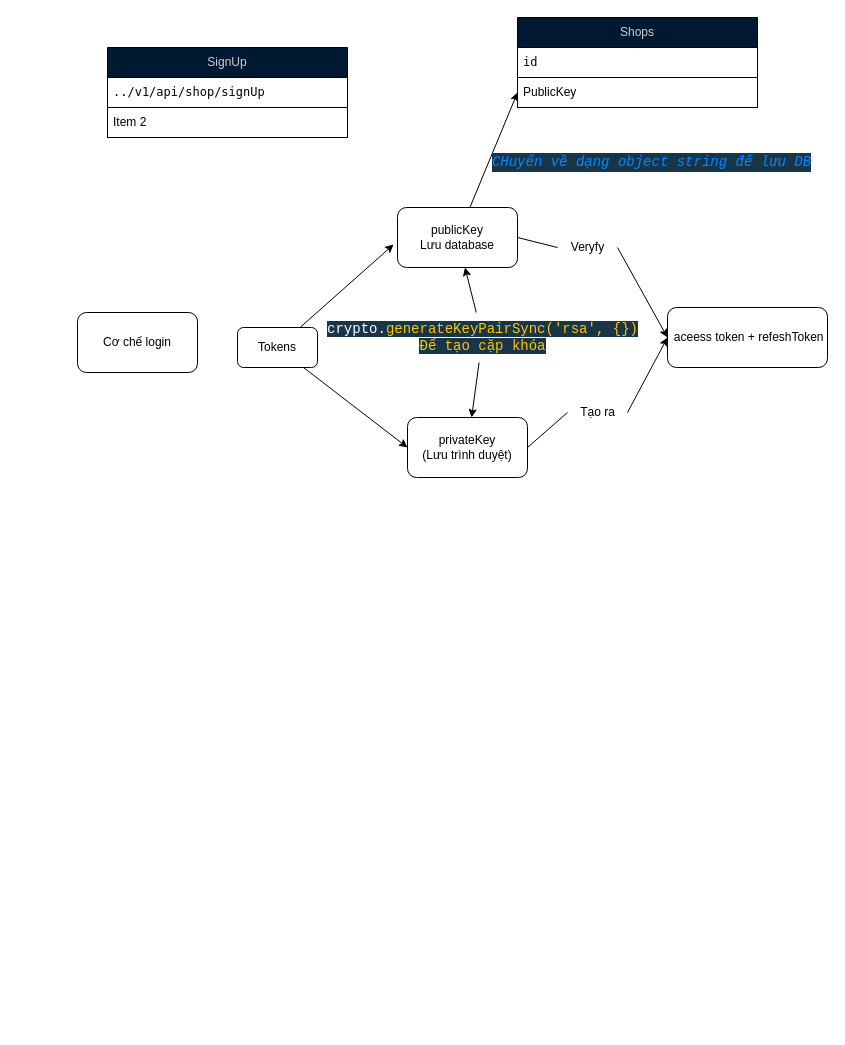
The draw.io diagram page "api" (1 of 2) of document/Login.drawio in bangnguyen794/emcom_tipjs_ts, before the edit. Source tidied: cells renumbered, new cells numbered last; positions are measured from the earlier drawing's top-left corner, leaving out a move shared by most shapes. Both pictures are drawn from the tidied source at 100%, with x=0, y=0 at pixel (77, 17).
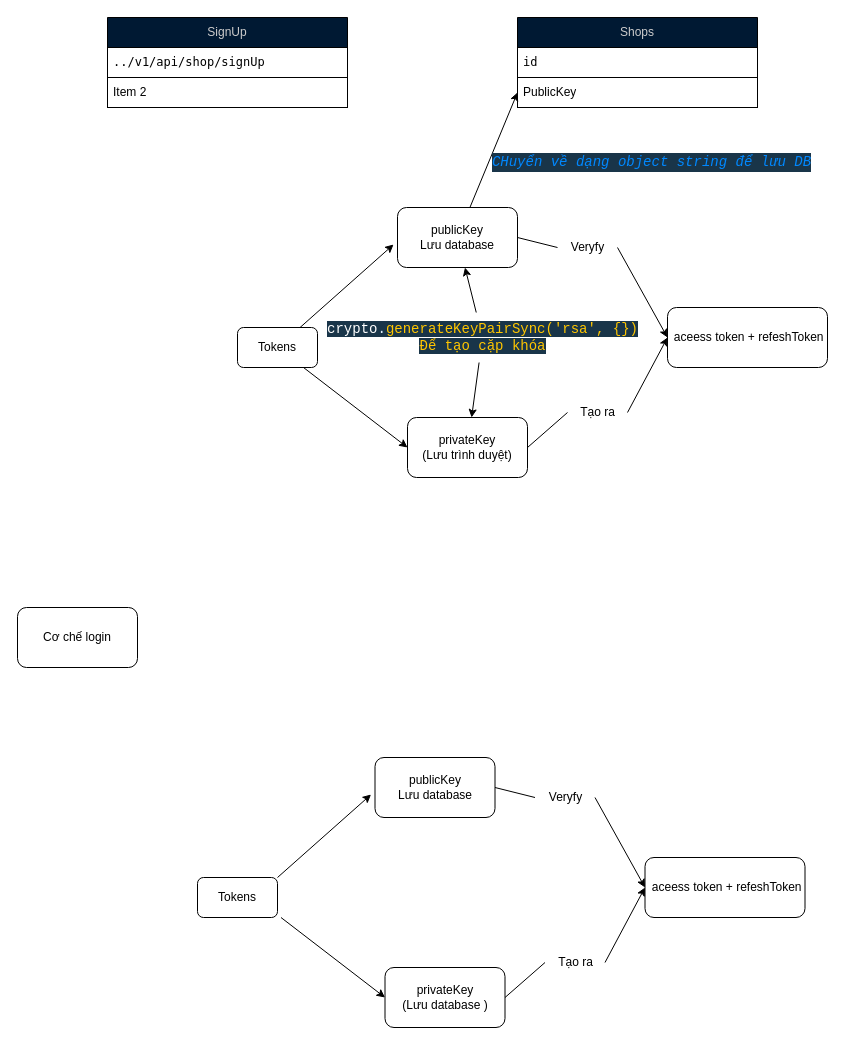
The same diagram, later.

What changed in the source:
```diff
@@
     <mxCell id="2" value="SignUp" style="swimlane;fontStyle=0;horizontal=1;startSize=30;whiteSpace=wrap;html=1;labelBackgroundColor=none;fontColor=#CCCCCC;swimlaneFillColor=none;gradientColor=none;fillColor=#001933;" parent="1" vertex="1">
-      <mxGeometry x="30" y="30" width="240" height="90" as="geometry" />
+      <mxGeometry x="30" width="240" height="90" as="geometry" />
     </mxCell>
@@
     <mxCell id="8" value="Cơ chế login" style="rounded=1;whiteSpace=wrap;html=1;" parent="1" vertex="1">
-      <mxGeometry y="295" width="120" height="60" as="geometry" />
+      <mxGeometry x="-60" y="590" width="120" height="60" as="geometry" />
     </mxCell>
@@
+    <mxCell id="27" value="publicKey&lt;br&gt;Lưu database" style="rounded=1;whiteSpace=wrap;html=1;" parent="1" vertex="1">
+      <mxGeometry x="297.5" y="740" width="120" height="60" as="geometry" />
+    </mxCell>
+    <mxCell id="28" style="edgeStyle=none;html=1;entryX=0;entryY=0.5;entryDx=0;entryDy=0;exitX=1;exitY=0.5;exitDx=0;exitDy=0;startArrow=none;" parent="1" edge="1" source="36" target="32">
+      <mxGeometry relative="1" as="geometry" />
+    </mxCell>
+    <mxCell id="29" value="privateKey&lt;br&gt;(Lưu database )" style="rounded=1;whiteSpace=wrap;html=1;" parent="1" vertex="1">
+      <mxGeometry x="307.5" y="950" width="120" height="60" as="geometry" />
+    </mxCell>
+    <mxCell id="30" style="edgeStyle=none;html=1;entryX=-0.033;entryY=0.617;entryDx=0;entryDy=0;entryPerimeter=0;" parent="1" edge="1" target="27">
+      <mxGeometry relative="1" as="geometry">
+        <mxPoint x="200" y="860" as="sourcePoint" />
+      </mxGeometry>
+    </mxCell>
+    <mxCell id="31" style="edgeStyle=none;html=1;entryX=0;entryY=0.5;entryDx=0;entryDy=0;" parent="1" edge="1" target="29">
+      <mxGeometry relative="1" as="geometry">
+        <mxPoint x="203.5" y="900" as="sourcePoint" />
+      </mxGeometry>
+    </mxCell>
+    <mxCell id="32" value="&amp;nbsp;aceess token + refeshToken" style="whiteSpace=wrap;html=1;rounded=1;" parent="1" vertex="1">
+      <mxGeometry x="567.5" y="840" width="160" height="60" as="geometry" />
+    </mxCell>
+    <mxCell id="33" style="group;" parent="1" vertex="1">
+      <mxGeometry x="467.5" y="745" width="60" height="50" as="geometry" />
+    </mxCell>
+    <mxCell id="34" value="Veryfy" style="text;html=1;align=center;verticalAlign=middle;points=[];strokeColor=none;fillColor=none;" parent="33" vertex="1">
+      <mxGeometry x="-10" y="20" width="60" height="30" as="geometry" />
+    </mxCell>
+    <mxCell id="35" style="edgeStyle=none;html=1;entryX=0;entryY=0.5;entryDx=0;entryDy=0;exitX=1;exitY=0.5;exitDx=0;exitDy=0;endArrow=none;" parent="1" edge="1" source="29" target="36">
+      <mxGeometry relative="1" as="geometry" />
+    </mxCell>
+    <mxCell id="36" value="Tạo ra" style="text;html=1;align=center;verticalAlign=middle;points=[];strokeColor=none;fillColor=none;" parent="1" vertex="1">
+      <mxGeometry x="467.5" y="930" width="60" height="30" as="geometry" />
+    </mxCell>
+    <mxCell id="37" style="edgeStyle=none;html=1;entryX=0;entryY=0.5;entryDx=0;entryDy=0;exitX=1;exitY=0.5;exitDx=0;exitDy=0;endArrow=none;" parent="1" edge="1" source="27" target="34">
+      <mxGeometry relative="1" as="geometry" />
+    </mxCell>
+    <mxCell id="38" style="edgeStyle=none;html=1;entryX=0;entryY=0.5;entryDx=0;entryDy=0;exitX=1;exitY=0.5;exitDx=0;exitDy=0;startArrow=none;" parent="1" edge="1" source="34" target="32">
+      <mxGeometry relative="1" as="geometry" />
+    </mxCell>
+    <mxCell id="39" value="Tokens" style="rounded=1;whiteSpace=wrap;html=1;" parent="1" vertex="1">
+      <mxGeometry x="120" y="860" width="80" height="40" as="geometry" />
+    </mxCell>
```
